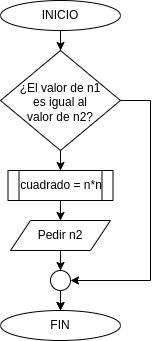
The draw.io diagram DAW/primero/EntornosDesarrollo/Tema1/Diagramas de flujo I/Quinto_Cuadrados.png in Danikileitor/WebCachonda, before a commit. Source tidied: cells renumbered, new cells last; positions are measured from the earlier drawing's top-left corner, leaving out a move shared by most shapes. The source it was exported from:
```xml
<mxGraphModel>
  <root>
    <mxCell id="0" />
    <mxCell id="1" parent="0" />
    <mxCell id="2" style="edgeStyle=orthogonalEdgeStyle;rounded=0;jettySize=auto;html=1;fontSize=12;fontColor=#000000;" parent="1" edge="1" source="4" target="12">
      <mxGeometry relative="1" as="geometry" />
    </mxCell>
    <mxCell id="3" style="edgeStyle=orthogonalEdgeStyle;rounded=0;jettySize=auto;html=1;entryX=1;entryY=0.5;entryDx=0;entryDy=0;fontColor=#000000;" parent="1" edge="1" source="4" target="10">
      <mxGeometry relative="1" as="geometry">
        <Array as="points">
          <mxPoint x="150" y="100" />
          <mxPoint x="150" y="280" />
        </Array>
      </mxGeometry>
    </mxCell>
    <mxCell id="4" value="¿El valor de n1&lt;br&gt;es igual al&lt;br&gt;valor de n2?" style="rhombus;whiteSpace=wrap;html=1;shadow=0;fontFamily=Helvetica;fontSize=12;align=center;strokeWidth=1;spacing=6;spacingTop=4;fontColor=#000000;" parent="1" vertex="1">
      <mxGeometry y="50" width="120" height="100" as="geometry" />
    </mxCell>
    <mxCell id="5" style="edgeStyle=orthogonalEdgeStyle;rounded=0;jettySize=auto;html=1;fontSize=12;fontColor=#000000;" parent="1" edge="1" source="6" target="4">
      <mxGeometry relative="1" as="geometry" />
    </mxCell>
    <mxCell id="6" value="INICIO" style="ellipse;whiteSpace=wrap;html=1;fontColor=#000000;" parent="1" vertex="1">
      <mxGeometry width="120" height="30" as="geometry" />
    </mxCell>
    <mxCell id="7" value="FIN" style="ellipse;whiteSpace=wrap;html=1;fontColor=#000000;" parent="1" vertex="1">
      <mxGeometry y="310" width="120" height="30" as="geometry" />
    </mxCell>
    <mxCell id="8" style="edgeStyle=orthogonalEdgeStyle;rounded=0;jettySize=auto;html=1;fontSize=12;fontColor=#000000;" parent="1" edge="1" source="10" target="7">
      <mxGeometry relative="1" as="geometry" />
    </mxCell>
    <mxCell id="9" style="edgeStyle=orthogonalEdgeStyle;rounded=0;jettySize=auto;html=1;fontSize=12;fontColor=#000000;" parent="1" edge="1" source="10" target="7">
      <mxGeometry relative="1" as="geometry" />
    </mxCell>
    <mxCell id="10" style="ellipse;whiteSpace=wrap;html=1;fontColor=#000000;" parent="1" vertex="1">
      <mxGeometry x="50" y="270" width="20" height="20" as="geometry" />
    </mxCell>
    <mxCell id="11" style="edgeStyle=orthogonalEdgeStyle;rounded=0;jettySize=auto;html=1;fontSize=12;fontColor=#000000;" parent="1" edge="1" source="12" target="14">
      <mxGeometry relative="1" as="geometry" />
    </mxCell>
    <mxCell id="12" value="cuadrado = n*n" style="shape=process;whiteSpace=wrap;html=1;backgroundOutline=1;fontSize=12;fontColor=#000000;" parent="1" vertex="1">
      <mxGeometry x="7.5" y="170" width="105" height="30" as="geometry" />
    </mxCell>
    <mxCell id="13" style="edgeStyle=orthogonalEdgeStyle;rounded=0;jettySize=auto;html=1;fontSize=12;fontColor=#000000;" parent="1" edge="1" source="14" target="10">
      <mxGeometry relative="1" as="geometry" />
    </mxCell>
    <mxCell id="14" value="&lt;font&gt;Pedir n2&lt;br&gt;&lt;/font&gt;" style="shape=parallelogram;perimeter=parallelogramPerimeter;whiteSpace=wrap;html=1;fixedSize=1;fontColor=#000000;" parent="1" vertex="1">
      <mxGeometry x="10" y="220" width="100" height="30" as="geometry" />
    </mxCell>
  </root>
</mxGraphModel>
```
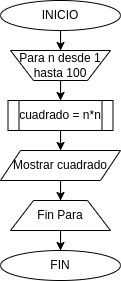
The same diagram one commit later.

The edit, as a diff of the source:
```diff
@@ -2,49 +2,38 @@
   <root>
     <mxCell id="0" />
     <mxCell id="1" parent="0" />
-    <mxCell id="2" style="edgeStyle=orthogonalEdgeStyle;rounded=0;jettySize=auto;html=1;fontSize=12;fontColor=#000000;" parent="1" edge="1" source="4" target="12">
-      <mxGeometry relative="1" as="geometry" />
-    </mxCell>
-    <mxCell id="3" style="edgeStyle=orthogonalEdgeStyle;rounded=0;jettySize=auto;html=1;entryX=1;entryY=0.5;entryDx=0;entryDy=0;fontColor=#000000;" parent="1" edge="1" source="4" target="10">
-      <mxGeometry relative="1" as="geometry">
-        <Array as="points">
-          <mxPoint x="150" y="100" />
-          <mxPoint x="150" y="280" />
-        </Array>
-      </mxGeometry>
-    </mxCell>
-    <mxCell id="4" value="¿El valor de n1&lt;br&gt;es igual al&lt;br&gt;valor de n2?" style="rhombus;whiteSpace=wrap;html=1;shadow=0;fontFamily=Helvetica;fontSize=12;align=center;strokeWidth=1;spacing=6;spacingTop=4;fontColor=#000000;" parent="1" vertex="1">
-      <mxGeometry y="50" width="120" height="100" as="geometry" />
-    </mxCell>
-    <mxCell id="5" style="edgeStyle=orthogonalEdgeStyle;rounded=0;jettySize=auto;html=1;fontSize=12;fontColor=#000000;" parent="1" edge="1" source="6" target="4">
-      <mxGeometry relative="1" as="geometry" />
-    </mxCell>
+    <mxCell id="15" style="edgeStyle=orthogonalEdgeStyle;rounded=0;jettySize=auto;html=1;fontColor=#000000;" parent="1" edge="1" source="6" target="18">
+      <mxGeometry relative="1" as="geometry" />
+    </mxCell>
     <mxCell id="6" value="INICIO" style="ellipse;whiteSpace=wrap;html=1;fontColor=#000000;" parent="1" vertex="1">
-      <mxGeometry width="120" height="30" as="geometry" />
+      <mxGeometry y="10" width="120" height="30" as="geometry" />
     </mxCell>
     <mxCell id="7" value="FIN" style="ellipse;whiteSpace=wrap;html=1;fontColor=#000000;" parent="1" vertex="1">
-      <mxGeometry y="310" width="120" height="30" as="geometry" />
+      <mxGeometry y="260" width="120" height="30" as="geometry" />
     </mxCell>
-    <mxCell id="8" style="edgeStyle=orthogonalEdgeStyle;rounded=0;jettySize=auto;html=1;fontSize=12;fontColor=#000000;" parent="1" edge="1" source="10" target="7">
-      <mxGeometry relative="1" as="geometry" />
-    </mxCell>
-    <mxCell id="9" style="edgeStyle=orthogonalEdgeStyle;rounded=0;jettySize=auto;html=1;fontSize=12;fontColor=#000000;" parent="1" edge="1" source="10" target="7">
-      <mxGeometry relative="1" as="geometry" />
-    </mxCell>
-    <mxCell id="10" style="ellipse;whiteSpace=wrap;html=1;fontColor=#000000;" parent="1" vertex="1">
-      <mxGeometry x="50" y="270" width="20" height="20" as="geometry" />
-    </mxCell>
     <mxCell id="11" style="edgeStyle=orthogonalEdgeStyle;rounded=0;jettySize=auto;html=1;fontSize=12;fontColor=#000000;" parent="1" edge="1" source="12" target="14">
       <mxGeometry relative="1" as="geometry" />
     </mxCell>
     <mxCell id="12" value="cuadrado = n*n" style="shape=process;whiteSpace=wrap;html=1;backgroundOutline=1;fontSize=12;fontColor=#000000;" parent="1" vertex="1">
-      <mxGeometry x="7.5" y="170" width="105" height="30" as="geometry" />
+      <mxGeometry x="7.5" y="110" width="105" height="30" as="geometry" />
     </mxCell>
-    <mxCell id="13" style="edgeStyle=orthogonalEdgeStyle;rounded=0;jettySize=auto;html=1;fontSize=12;fontColor=#000000;" parent="1" edge="1" source="14" target="10">
-      <mxGeometry relative="1" as="geometry" />
-    </mxCell>
+    <mxCell id="16" style="edgeStyle=orthogonalEdgeStyle;rounded=0;jettySize=auto;html=1;fontColor=#000000;" parent="1" edge="1" source="14" target="20">
+      <mxGeometry relative="1" as="geometry" />
+    </mxCell>
-    <mxCell id="14" value="&lt;font&gt;Pedir n2&lt;br&gt;&lt;/font&gt;" style="shape=parallelogram;perimeter=parallelogramPerimeter;whiteSpace=wrap;html=1;fixedSize=1;fontColor=#000000;" parent="1" vertex="1">
-      <mxGeometry x="10" y="220" width="100" height="30" as="geometry" />
+    <mxCell id="14" value="&lt;font&gt;Mostrar cuadrado&lt;br&gt;&lt;/font&gt;" style="shape=parallelogram;perimeter=parallelogramPerimeter;whiteSpace=wrap;html=1;fixedSize=1;fontColor=#000000;" parent="1" vertex="1">
+      <mxGeometry y="160" width="120" height="30" as="geometry" />
     </mxCell>
+    <mxCell id="17" style="edgeStyle=orthogonalEdgeStyle;rounded=0;jettySize=auto;html=1;fontColor=#000000;" parent="1" edge="1" source="18" target="12">
+      <mxGeometry relative="1" as="geometry" />
+    </mxCell>
+    <mxCell id="18" value="Para n desde 1 hasta 100" style="verticalLabelPosition=middle;verticalAlign=middle;html=1;shape=trapezoid;perimeter=trapezoidPerimeter;whiteSpace=wrap;size=0.23;arcSize=10;flipV=1;labelPosition=center;align=center;fontColor=#000000;" parent="1" vertex="1">
+      <mxGeometry x="10" y="60" width="100" height="30" as="geometry" />
+    </mxCell>
+    <mxCell id="19" style="edgeStyle=orthogonalEdgeStyle;rounded=0;jettySize=auto;html=1;fontColor=#000000;" parent="1" edge="1" source="20" target="7">
+      <mxGeometry relative="1" as="geometry" />
+    </mxCell>
+    <mxCell id="20" value="Fin Para" style="verticalLabelPosition=middle;verticalAlign=middle;html=1;shape=trapezoid;perimeter=trapezoidPerimeter;whiteSpace=wrap;size=0.23;arcSize=10;flipV=1;labelPosition=center;align=center;fontColor=#000000;rotation=0;direction=west;flipH=0;" parent="1" vertex="1">
+      <mxGeometry x="10" y="210" width="100" height="30" as="geometry" />
+    </mxCell>
   </root>
 </mxGraphModel>
```
